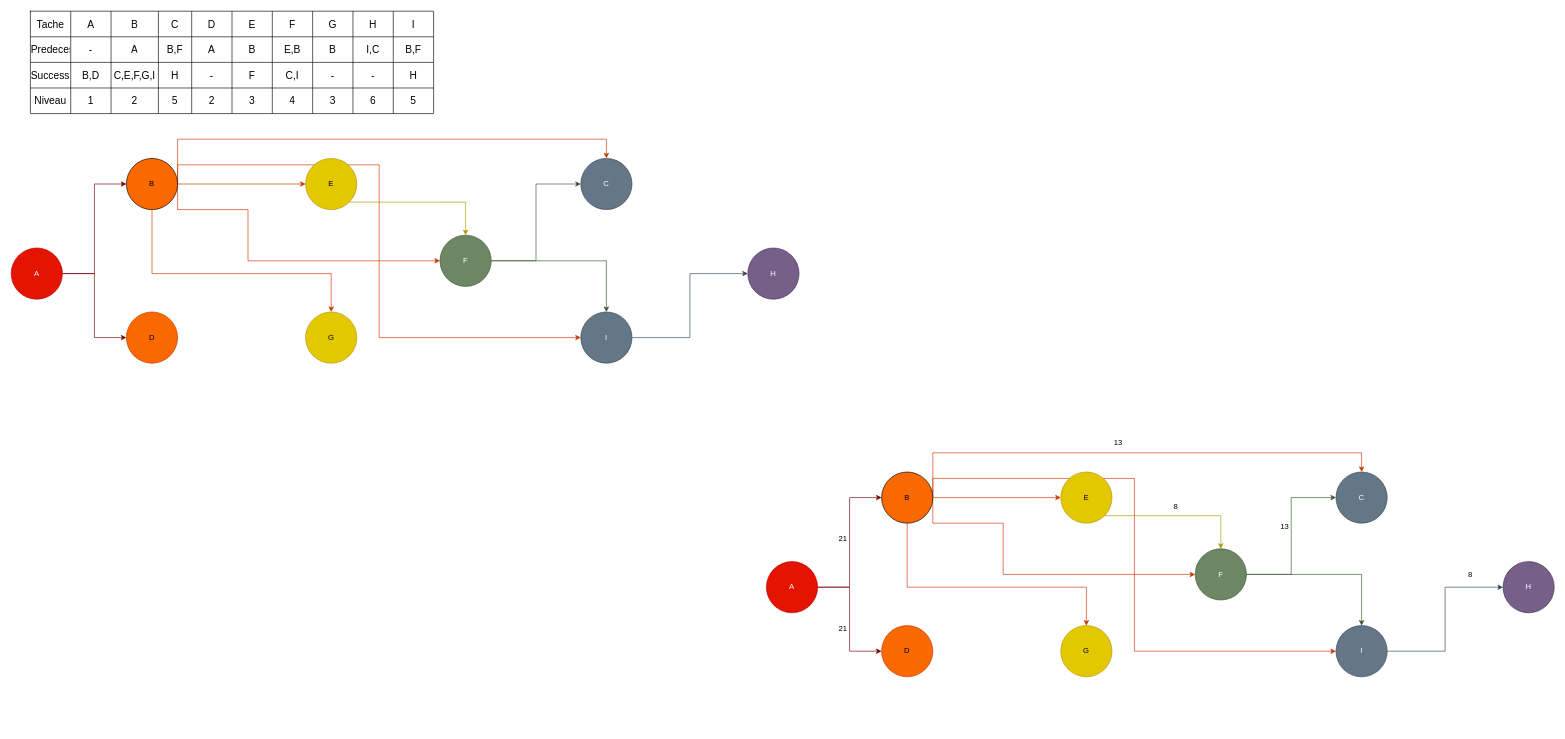
Above: page "Page-2" (2 of 2) of ucv_app_operations_research.drawio in McleanServices/transportPrototype (draw.io), before the change. Source tidied: cells renumbered, new cells numbered last; positions are measured from the earlier drawing's top-left corner, leaving out a move shared by most shapes. Both pictures are drawn from the tidied source at 64%, with x=0, y=0 at pixel (11, 11).
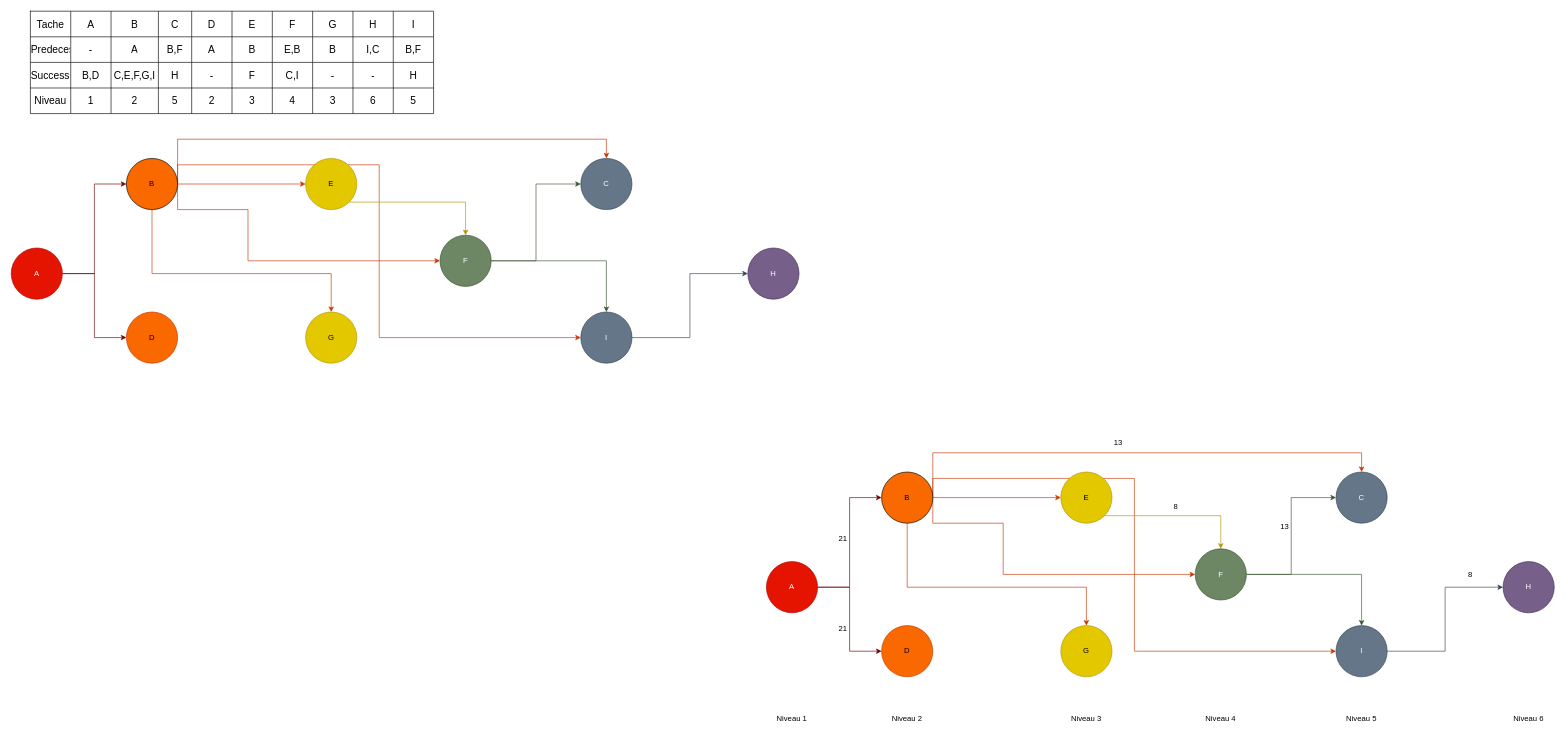
Above is the later version.

The edit, as a diff of the source:
```diff
@@
+    <mxCell id="93" value="Niveau 1" style="text;html=1;align=center;verticalAlign=middle;whiteSpace=wrap;rounded=0;" parent="1" vertex="1">
+      <mxGeometry x="1190" y="1090" width="60" height="30" as="geometry" />
+    </mxCell>
+    <mxCell id="94" value="Niveau 2" style="text;html=1;align=center;verticalAlign=middle;whiteSpace=wrap;rounded=0;" parent="1" vertex="1">
+      <mxGeometry x="1370" y="1090" width="60" height="30" as="geometry" />
+    </mxCell>
+    <mxCell id="95" value="Niveau 3" style="text;html=1;align=center;verticalAlign=middle;whiteSpace=wrap;rounded=0;" parent="1" vertex="1">
+      <mxGeometry x="1650" y="1090" width="60" height="30" as="geometry" />
+    </mxCell>
+    <mxCell id="96" value="Niveau 4" style="text;html=1;align=center;verticalAlign=middle;whiteSpace=wrap;rounded=0;" parent="1" vertex="1">
+      <mxGeometry x="1860" y="1090" width="60" height="30" as="geometry" />
+    </mxCell>
+    <mxCell id="97" value="Niveau 5" style="text;html=1;align=center;verticalAlign=middle;whiteSpace=wrap;rounded=0;" parent="1" vertex="1">
+      <mxGeometry x="2080" y="1090" width="60" height="30" as="geometry" />
+    </mxCell>
+    <mxCell id="98" value="Niveau 6" style="text;html=1;align=center;verticalAlign=middle;whiteSpace=wrap;rounded=0;" parent="1" vertex="1">
+      <mxGeometry x="2341" y="1090" width="60" height="30" as="geometry" />
+    </mxCell>
```
